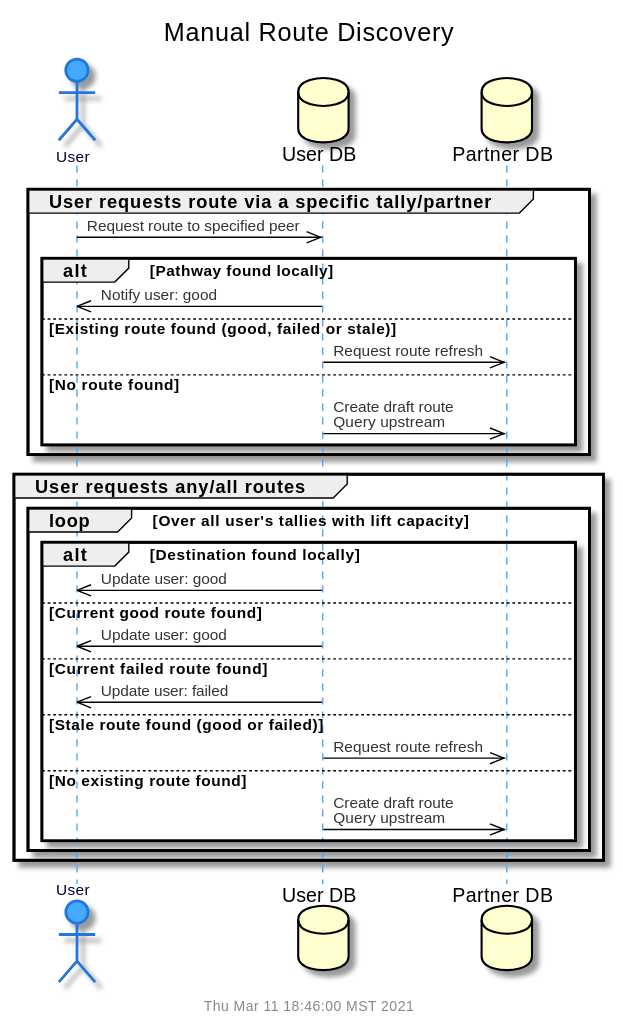
Before: doc/uml/seq-route-man.svg, a diagram exported from PlantUML (gotchoices/MyCHIPs).
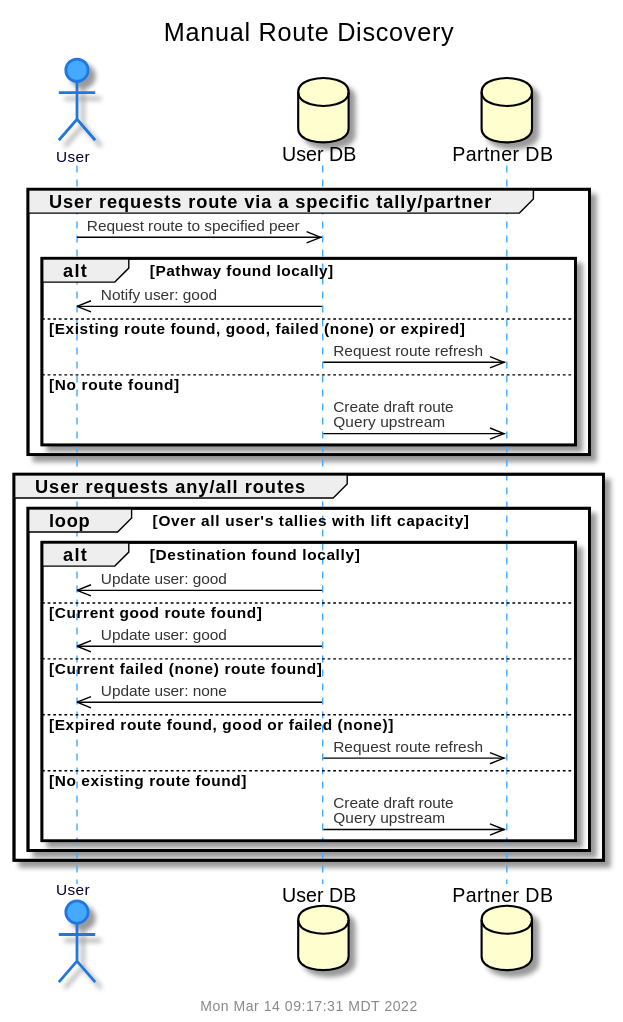
Later version of the same file.

Change to the diagram source:
```diff
@@ -10,7 +10,7 @@
 
   alt Pathway found locally
     userDB	->>	user:		Notify user: good
-  else Existing route found (good, failed or stale)
+  else Existing route found, good, failed (none) or expired
     userDB	->>	partDB:		Request route refresh
   else No route found
     userDB	->>	partDB:		Create draft route\nQuery upstream
@@ -25,10 +25,10 @@
     else Current good route found
       userDB ->>	user:		Update user: good
 
-    else Current failed route found
-      userDB ->>	user:		Update user: failed
+    else Current failed (none) route found
+      userDB ->>	user:		Update user: none
 
-    else Stale route found (good or failed)
+    else Expired route found, good or failed (none)
       userDB ->>	partDB:		Request route refresh
 
     else No existing route found
```
